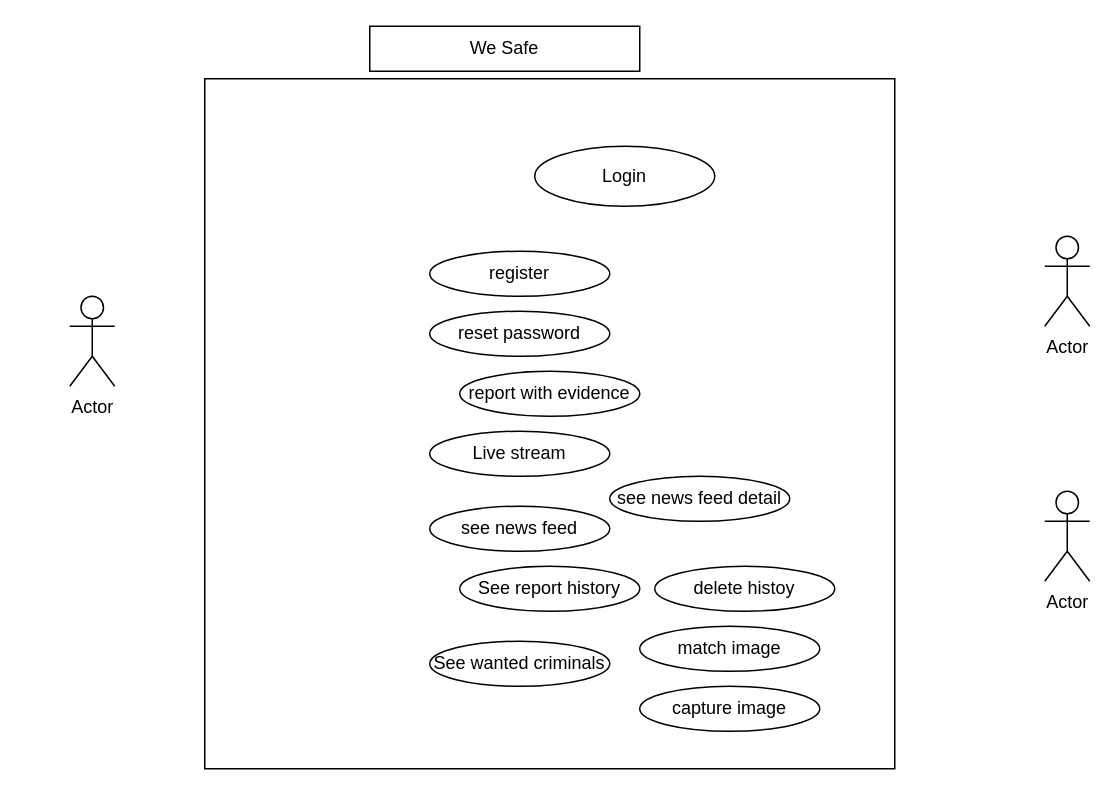
Earlier version of the draw.io diagram Untitled Diagram.drawio (GetachewTebikew/getach1). Source tidied: cells renumbered, new cells numbered last; positions are measured from the earlier drawing's top-left corner, leaving out a move shared by most shapes. Both pictures are drawn from the tidied source at 150%, with x=0, y=0 at pixel (69, 26).
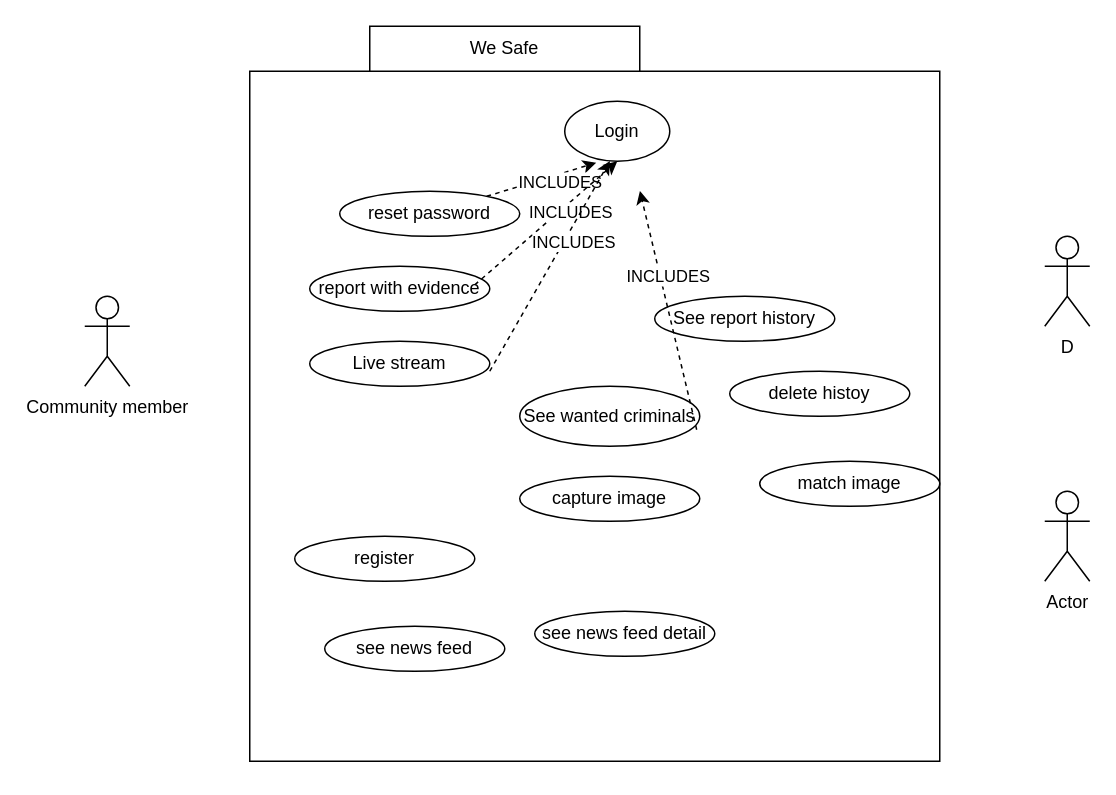
The same page after the edit.

What changed in the source:
```diff
@@
-    <mxCell id="2" value="Actor" style="shape=umlActor;verticalLabelPosition=bottom;verticalAlign=top;html=1;" parent="1" vertex="1">
-      <mxGeometry y="180" width="30" height="60" as="geometry" />
+    <mxCell id="2" value="Community member" style="shape=umlActor;verticalLabelPosition=bottom;verticalAlign=top;html=1;" parent="1" vertex="1">
+      <mxGeometry x="10" y="180" width="30" height="60" as="geometry" />
     </mxCell>
-    <mxCell id="3" value="Actor" style="shape=umlActor;verticalLabelPosition=bottom;verticalAlign=top;html=1;" parent="1" vertex="1">
+    <mxCell id="3" value="D" style="shape=umlActor;verticalLabelPosition=bottom;verticalAlign=top;html=1;" parent="1" vertex="1">
       <mxGeometry x="650" y="140" width="30" height="60" as="geometry" />
     </mxCell>
     <mxCell id="4" style="whiteSpace=wrap;html=1;" parent="1" vertex="1">
-      <mxGeometry x="90" y="35" width="460" height="460" as="geometry" />
+      <mxGeometry x="120" y="30" width="460" height="460" as="geometry" />
     </mxCell>
@@
     <mxCell id="6" value="Login" style="ellipse;whiteSpace=wrap;html=1;" parent="1" vertex="1">
-      <mxGeometry x="310" y="80" width="120" height="40" as="geometry" />
+      <mxGeometry x="330" y="50" width="70" height="40" as="geometry" />
     </mxCell>
     <mxCell id="7" value="register" style="ellipse;whiteSpace=wrap;html=1;" parent="1" vertex="1">
-      <mxGeometry x="240" y="150" width="120" height="30" as="geometry" />
+      <mxGeometry x="150" y="340" width="120" height="30" as="geometry" />
     </mxCell>
@@
     <mxCell id="9" value="report with evidence" style="ellipse;whiteSpace=wrap;html=1;" parent="1" vertex="1">
-      <mxGeometry x="260" y="230" width="120" height="30" as="geometry" />
+      <mxGeometry x="160" y="160" width="120" height="30" as="geometry" />
     </mxCell>
     <mxCell id="10" value="Live stream" style="ellipse;whiteSpace=wrap;html=1;" parent="1" vertex="1">
-      <mxGeometry x="240" y="270" width="120" height="30" as="geometry" />
+      <mxGeometry x="160" y="210" width="120" height="30" as="geometry" />
     </mxCell>
+    <mxCell id="19" style="edgeStyle=none;rounded=0;jettySize=auto;html=1;entryX=0.3;entryY=1.025;entryDx=0;entryDy=0;entryPerimeter=0;dashed=1;" parent="1" edge="1" source="11" target="6">
+      <mxGeometry relative="1" as="geometry" />
+    </mxCell>
+    <mxCell id="20" value="INCLUDES" style="edgeLabel;html=1;align=center;verticalAlign=middle;" parent="19" vertex="1">
+      <mxGeometry x="0.27" y="-5" relative="1" as="geometry" />
+    </mxCell>
     <mxCell id="11" value="reset password" style="ellipse;whiteSpace=wrap;html=1;" parent="1" vertex="1">
-      <mxGeometry x="240" y="190" width="120" height="30" as="geometry" />
+      <mxGeometry x="180" y="110" width="120" height="30" as="geometry" />
     </mxCell>
     <mxCell id="12" value="see news feed" style="ellipse;whiteSpace=wrap;html=1;" parent="1" vertex="1">
-      <mxGeometry x="240" y="320" width="120" height="30" as="geometry" />
+      <mxGeometry x="170" y="400" width="120" height="30" as="geometry" />
     </mxCell>
     <mxCell id="13" value="See report history" style="ellipse;whiteSpace=wrap;html=1;" parent="1" vertex="1">
-      <mxGeometry x="260" y="360" width="120" height="30" as="geometry" />
+      <mxGeometry x="390" y="180" width="120" height="30" as="geometry" />
     </mxCell>
     <mxCell id="14" value="delete histoy" style="ellipse;whiteSpace=wrap;html=1;" parent="1" vertex="1">
-      <mxGeometry x="390" y="360" width="120" height="30" as="geometry" />
+      <mxGeometry x="440" y="230" width="120" height="30" as="geometry" />
     </mxCell>
     <mxCell id="15" value="See wanted criminals" style="ellipse;whiteSpace=wrap;html=1;" parent="1" vertex="1">
-      <mxGeometry x="240" y="410" width="120" height="30" as="geometry" />
+      <mxGeometry x="300" y="240" width="120" height="40" as="geometry" />
     </mxCell>
     <mxCell id="16" value="see news feed detail" style="ellipse;whiteSpace=wrap;html=1;" parent="1" vertex="1">
-      <mxGeometry x="360" y="300" width="120" height="30" as="geometry" />
+      <mxGeometry x="310" y="390" width="120" height="30" as="geometry" />
     </mxCell>
     <mxCell id="17" value="match image" style="ellipse;whiteSpace=wrap;html=1;" parent="1" vertex="1">
-      <mxGeometry x="380" y="400" width="120" height="30" as="geometry" />
+      <mxGeometry x="460" y="290" width="120" height="30" as="geometry" />
     </mxCell>
     <mxCell id="18" value="capture image" style="ellipse;whiteSpace=wrap;html=1;" parent="1" vertex="1">
-      <mxGeometry x="380" y="440" width="120" height="30" as="geometry" />
+      <mxGeometry x="300" y="300" width="120" height="30" as="geometry" />
     </mxCell>
+    <mxCell id="21" style="edgeStyle=none;rounded=0;jettySize=auto;html=1;entryX=0.5;entryY=1;entryDx=0;entryDy=0;dashed=1;" parent="1" edge="1" target="6">
+      <mxGeometry relative="1" as="geometry">
+        <mxPoint x="270" y="172.4" as="sourcePoint" />
+      </mxGeometry>
+    </mxCell>
+    <mxCell id="22" value="INCLUDES" style="edgeLabel;html=1;align=center;verticalAlign=middle;" parent="21" vertex="1">
+      <mxGeometry x="0.27" y="-5" relative="1" as="geometry" />
+    </mxCell>
+    <mxCell id="23" style="edgeStyle=none;rounded=0;jettySize=auto;html=1;entryX=0.522;entryY=0.13;entryDx=0;entryDy=0;entryPerimeter=0;dashed=1;" parent="1" edge="1" target="4">
+      <mxGeometry relative="1" as="geometry">
+        <mxPoint x="280" y="230" as="sourcePoint" />
+      </mxGeometry>
+    </mxCell>
+    <mxCell id="24" value="INCLUDES" style="edgeLabel;html=1;align=center;verticalAlign=middle;" parent="23" vertex="1">
+      <mxGeometry x="0.27" y="-5" relative="1" as="geometry" />
+    </mxCell>
+    <mxCell id="25" style="edgeStyle=none;rounded=0;jettySize=auto;html=1;entryX=0.522;entryY=0.13;entryDx=0;entryDy=0;entryPerimeter=0;dashed=1;exitX=0.983;exitY=0.725;exitDx=0;exitDy=0;exitPerimeter=0;" parent="1" edge="1" source="15">
+      <mxGeometry relative="1" as="geometry">
+        <mxPoint x="380.1" y="109.8" as="targetPoint" />
+      </mxGeometry>
+    </mxCell>
+    <mxCell id="26" value="INCLUDES" style="edgeLabel;html=1;align=center;verticalAlign=middle;" parent="25" vertex="1">
+      <mxGeometry x="0.27" y="-5" relative="1" as="geometry" />
+    </mxCell>
```
